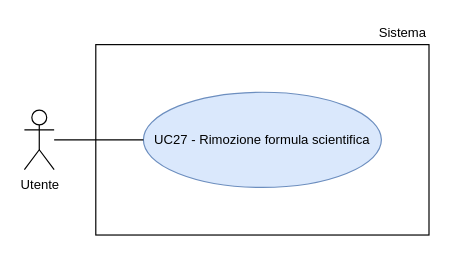
This is RTB/doc_esterna/analisi-dei-requisiti/assets/draw.io/UC27.drawio from thebitless-group-swe/thebitless.github.io, a draw.io file, before an edit. Source tidied: cells renumbered, new cells numbered last; positions are measured from the earlier drawing's top-left corner, leaving out a move shared by most shapes. Both pictures are drawn from the tidied source at 119%, with x=0, y=0 at pixel (24, 20).
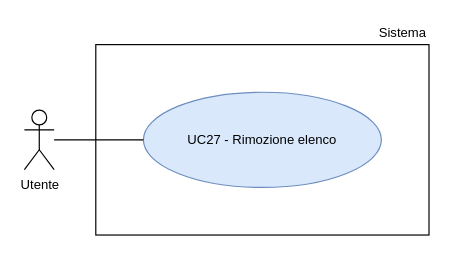
After the change.

What changed in the source:
```diff
@@
 <mxGraphModel>
   <root>
     <mxCell id="0" />
     <mxCell id="1" parent="0" />
     <mxCell id="2" value="Utente" style="shape=umlActor;verticalLabelPosition=bottom;verticalAlign=top;html=1;outlineConnect=0;fontSize=11;" parent="1" vertex="1">
       <mxGeometry y="75" width="25" height="50" as="geometry" />
     </mxCell>
     <mxCell id="3" style="rounded=0;whiteSpace=wrap;html=1;strokeWidth=1;" parent="1" vertex="1">
       <mxGeometry x="60" y="20" width="280" height="160" as="geometry" />
     </mxCell>
     <mxCell id="4" value="Sistema" style="text;html=1;whiteSpace=wrap;strokeColor=none;fillColor=none;align=right;verticalAlign=middle;fontSize=11;" parent="1" vertex="1">
       <mxGeometry x="270" width="70" height="20" as="geometry" />
     </mxCell>
-    <mxCell id="5" value="UC27 - Rimozione formula scientifica" style="ellipse;whiteSpace=wrap;html=1;fillColor=#dae8fc;strokeColor=#6c8ebf;fontSize=11;" parent="1" vertex="1">
+    <mxCell id="5" value="UC27 - Rimozione elenco" style="ellipse;whiteSpace=wrap;html=1;fillColor=#dae8fc;strokeColor=#6c8ebf;fontSize=11;" parent="1" vertex="1">
       <mxGeometry x="100" y="60" width="200" height="80" as="geometry" />
     </mxCell>
     <mxCell id="6" style="edgeStyle=none;rounded=0;jettySize=auto;html=1;endArrow=none;endFill=0;" parent="1" edge="1" source="2" target="5">
       <mxGeometry relative="1" as="geometry" />
     </mxCell>
   </root>
 </mxGraphModel>
```
